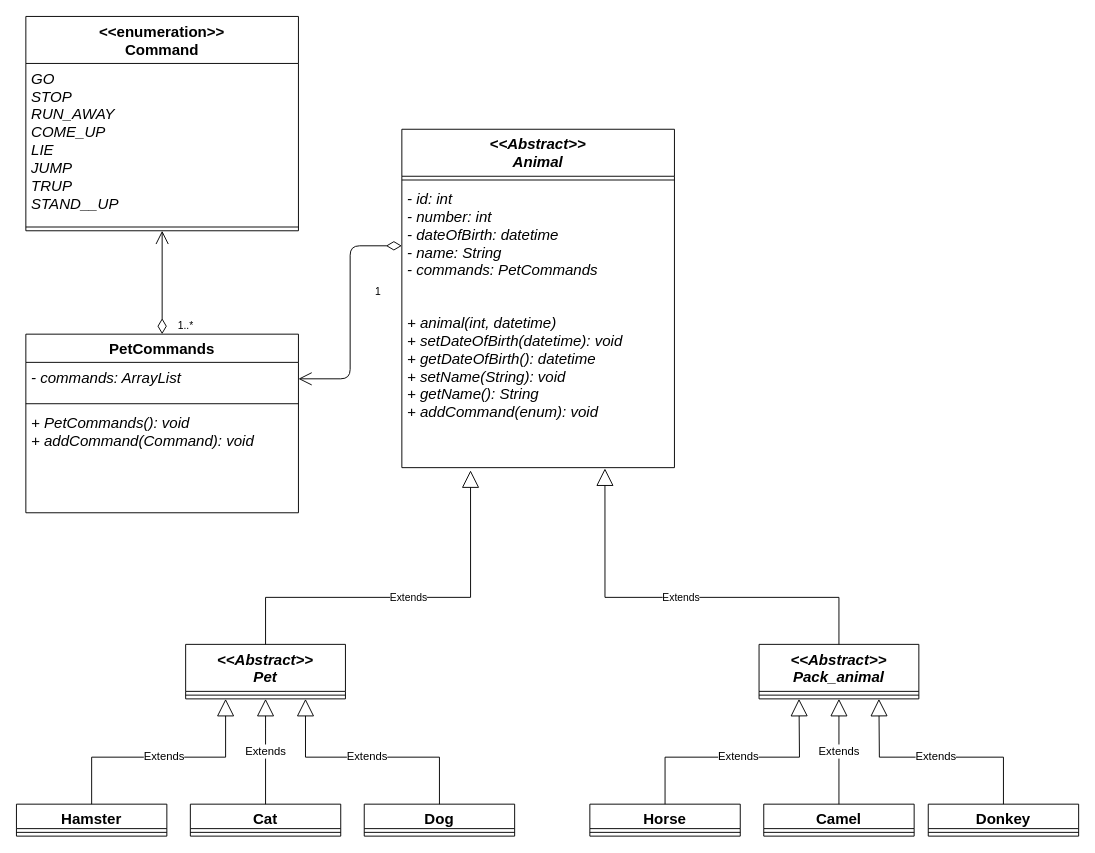
Above: page "Page-1" (1 of 3) of src/задание 6.drawio in L01den/finalTaskJavaAndLinux (draw.io), before the change. Source tidied: cells renumbered, new cells numbered last; positions are measured from the earlier drawing's top-left corner, leaving out a move shared by most shapes. Both pictures are drawn from the tidied source at 94%, with x=0, y=0 at pixel (16, 16).
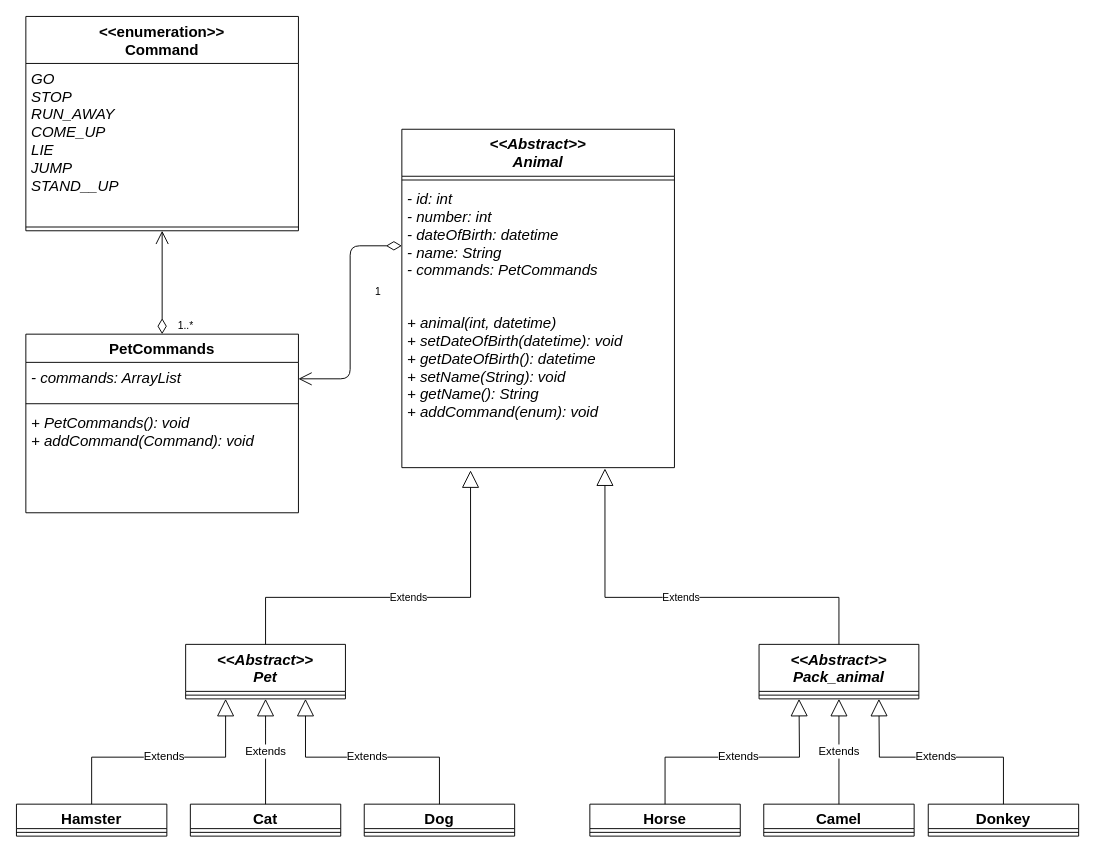
The same page after the edit.

Unchanged cells that the change refers to:
```xml
<mxCell id="34" value="&lt;&lt;enumeration&gt;&gt;&#10;Command" style="swimlane;fontStyle=1;align=center;verticalAlign=top;horizontal=1;startSize=50;fontSize=16;" parent="1" vertex="1">
  <mxGeometry x="10" width="290" height="228" as="geometry" />
</mxCell>
```

Change to the diagram source:
```diff
@@
-    <mxCell id="35" value="GO&#10;STOP&#10;RUN_AWAY&#10;COME_UP&#10;LIE&#10;JUMP&#10;TRUP&#10;STAND__UP" style="text;strokeColor=none;fillColor=none;align=left;verticalAlign=top;spacingLeft=4;spacingRight=4;overflow=hidden;fontSize=16;fontStyle=2;" parent="34" vertex="1">
+    <mxCell id="35" value="GO&#10;STOP&#10;RUN_AWAY&#10;COME_UP&#10;LIE&#10;JUMP&#10;STAND__UP" style="text;strokeColor=none;fillColor=none;align=left;verticalAlign=top;spacingLeft=4;spacingRight=4;overflow=hidden;fontSize=16;fontStyle=2;" parent="34" vertex="1">
       <mxGeometry y="50" width="290" height="170" as="geometry" />
     </mxCell>
```
